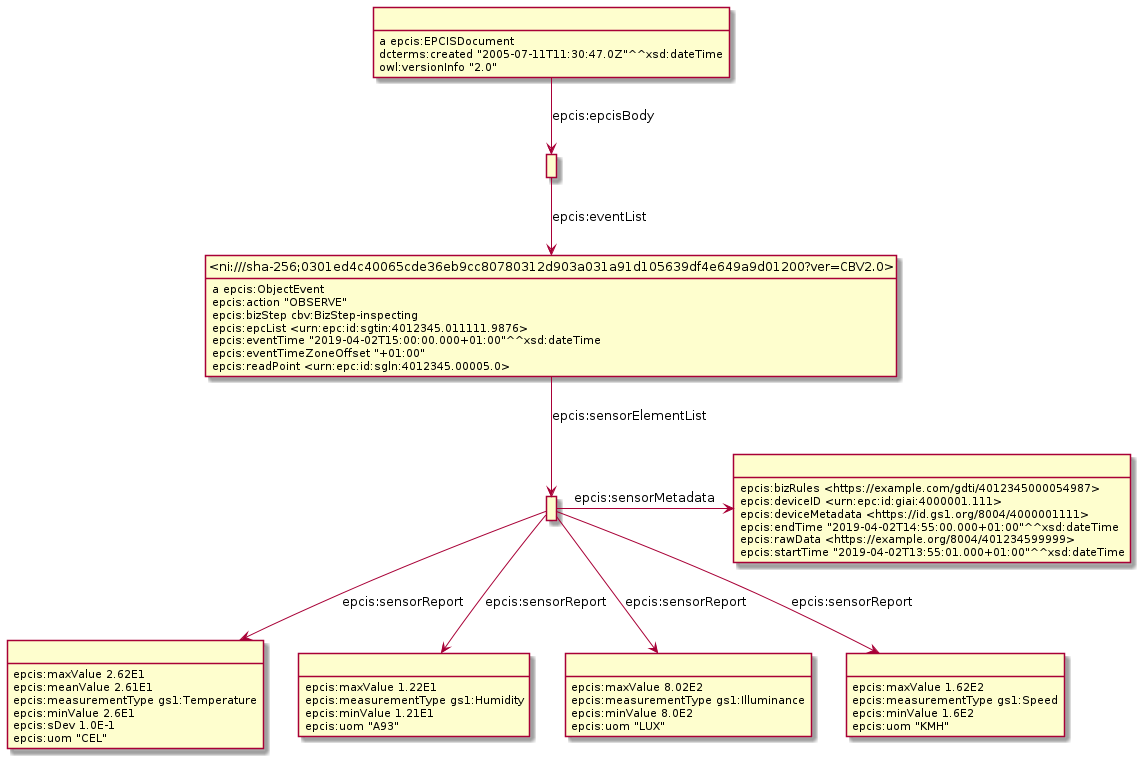
Before: Diagrams/WithSensorData/SensorDataExample2.png, a diagram exported from PlantUML (gs1/EPCIS).
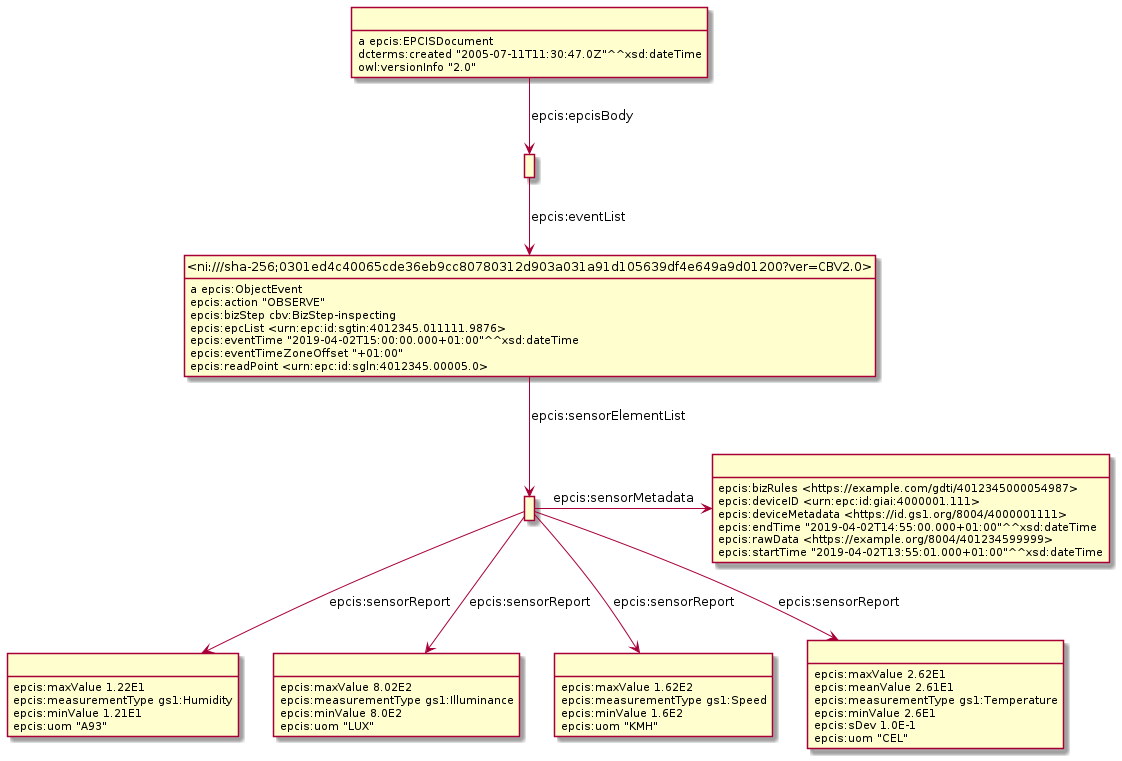
The same diagram one commit later.

Change to the diagram source:
```diff
@@ -3,55 +3,55 @@
 hide empty attributes
 hide circle
 skinparam classAttributeIconSize 0
-class _r1631887422r5_ as " "
-_r1631887422r5_ : epcis:maxValue 2.62E1
-_r1631887422r5_ : epcis:meanValue 2.61E1
-_r1631887422r5_ : epcis:measurementType gs1:Temperature
-_r1631887422r5_ : epcis:minValue 2.6E1
-_r1631887422r5_ : epcis:sDev 1.0E-1
-_r1631887422r5_ : epcis:uom "CEL"
-class _r1631887422r4_ as " "
-_r1631887422r4_ : epcis:maxValue 1.22E1
-_r1631887422r4_ : epcis:measurementType gs1:Humidity
-_r1631887422r4_ : epcis:minValue 1.21E1
-_r1631887422r4_ : epcis:uom "A93"
-class _r1631887422r1_ as " "
-_r1631887422r1_ : epcis:bizRules <https://example.com/gdti/4012345000054987>
-_r1631887422r1_ : epcis:deviceID <urn:epc:id:giai:4000001.111>
-_r1631887422r1_ : epcis:deviceMetadata <https://id.gs1.org/8004/4000001111>
-_r1631887422r1_ : epcis:endTime "2019-04-02T14:55:00.000+01:00"^^xsd:dateTime
-_r1631887422r1_ : epcis:rawData <https://example.org/8004/401234599999>
-_r1631887422r1_ : epcis:startTime "2019-04-02T13:55:01.000+01:00"^^xsd:dateTime
-class _r1631887422r2_ as " "
-_r1631887422r2_ : epcis:maxValue 8.02E2
-_r1631887422r2_ : epcis:measurementType gs1:Illuminance
-_r1631887422r2_ : epcis:minValue 8.0E2
-_r1631887422r2_ : epcis:uom "LUX"
-class _r1631887422r6_ as " "
-_r1631887422r6_ : a epcis:EPCISDocument
-class _r1631887422r7_ as " "
-_r1631887422r6_ -down-> _r1631887422r7_ : epcis:epcisBody
-_r1631887422r6_ : dcterms:created "2005-07-11T11:30:47.0Z"^^xsd:dateTime
-_r1631887422r6_ : owl:versionInfo "2.0"
+class _r1631889713r0_ as " "
+class _r1631889713r4_ as " "
+_r1631889713r0_ -down-> _r1631889713r4_ : epcis:sensorReport
+class _r1631889713r2_ as " "
+_r1631889713r0_ -down-> _r1631889713r2_ : epcis:sensorReport
+class _r1631889713r1_ as " "
+_r1631889713r0_ -right-> _r1631889713r1_ : epcis:sensorMetadata
+class _r1631889713r3_ as " "
+_r1631889713r0_ -down-> _r1631889713r3_ : epcis:sensorReport
+class _r1631889713r5_ as " "
+_r1631889713r0_ -down-> _r1631889713r5_ : epcis:sensorReport
+_r1631889713r2_ : epcis:maxValue 8.02E2
+_r1631889713r2_ : epcis:measurementType gs1:Illuminance
+_r1631889713r2_ : epcis:minValue 8.0E2
+_r1631889713r2_ : epcis:uom "LUX"
+class _r1631889713r6_ as " "
+_r1631889713r6_ : a epcis:EPCISDocument
+class _r1631889713r7_ as " "
+_r1631889713r6_ -down-> _r1631889713r7_ : epcis:epcisBody
+_r1631889713r6_ : dcterms:created "2005-07-11T11:30:47.0Z"^^xsd:dateTime
+_r1631889713r6_ : owl:versionInfo "2.0"
+_r1631889713r3_ : epcis:maxValue 1.62E2
+_r1631889713r3_ : epcis:measurementType gs1:Speed
+_r1631889713r3_ : epcis:minValue 1.6E2
+_r1631889713r3_ : epcis:uom "KMH"
+_r1631889713r1_ : epcis:bizRules <https://example.com/gdti/4012345000054987>
+_r1631889713r1_ : epcis:deviceID <urn:epc:id:giai:4000001.111>
+_r1631889713r1_ : epcis:deviceMetadata <https://id.gs1.org/8004/4000001111>
+_r1631889713r1_ : epcis:endTime "2019-04-02T14:55:00.000+01:00"^^xsd:dateTime
+_r1631889713r1_ : epcis:rawData <https://example.org/8004/401234599999>
+_r1631889713r1_ : epcis:startTime "2019-04-02T13:55:01.000+01:00"^^xsd:dateTime
+_r1631889713r5_ : epcis:maxValue 2.62E1
+_r1631889713r5_ : epcis:meanValue 2.61E1
+_r1631889713r5_ : epcis:measurementType gs1:Temperature
+_r1631889713r5_ : epcis:minValue 2.6E1
+_r1631889713r5_ : epcis:sDev 1.0E-1
+_r1631889713r5_ : epcis:uom "CEL"
+_r1631889713r4_ : epcis:maxValue 1.22E1
+_r1631889713r4_ : epcis:measurementType gs1:Humidity
+_r1631889713r4_ : epcis:minValue 1.21E1
+_r1631889713r4_ : epcis:uom "A93"
 class _ni_sha_256_0301ed4c40065cde36eb9cc80780312d903a031a91d105639df4e649a9d01200_ver_CBV2_0_ as "<ni:///sha-256;0301ed4c40065cde36eb9cc80780312d903a031a91d105639df4e649a9d01200?ver=CBV2.0>"
-_r1631887422r7_ -down-> _ni_sha_256_0301ed4c40065cde36eb9cc80780312d903a031a91d105639df4e649a9d01200_ver_CBV2_0_ : epcis:eventList
-class _r1631887422r0_ as " "
-_r1631887422r0_ -right-> _r1631887422r1_ : epcis:sensorMetadata
-class _r1631887422r3_ as " "
-_r1631887422r0_ -down-> _r1631887422r3_ : epcis:sensorReport
-_r1631887422r0_ -down-> _r1631887422r2_ : epcis:sensorReport
-_r1631887422r0_ -down-> _r1631887422r5_ : epcis:sensorReport
-_r1631887422r0_ -down-> _r1631887422r4_ : epcis:sensorReport
 _ni_sha_256_0301ed4c40065cde36eb9cc80780312d903a031a91d105639df4e649a9d01200_ver_CBV2_0_ : a epcis:ObjectEvent
-_ni_sha_256_0301ed4c40065cde36eb9cc80780312d903a031a91d105639df4e649a9d01200_ver_CBV2_0_ -down-> _r1631887422r0_ : epcis:sensorElementList
+_ni_sha_256_0301ed4c40065cde36eb9cc80780312d903a031a91d105639df4e649a9d01200_ver_CBV2_0_ -down-> _r1631889713r0_ : epcis:sensorElementList
 _ni_sha_256_0301ed4c40065cde36eb9cc80780312d903a031a91d105639df4e649a9d01200_ver_CBV2_0_ : epcis:action "OBSERVE"
 _ni_sha_256_0301ed4c40065cde36eb9cc80780312d903a031a91d105639df4e649a9d01200_ver_CBV2_0_ : epcis:bizStep cbv:BizStep-inspecting
 _ni_sha_256_0301ed4c40065cde36eb9cc80780312d903a031a91d105639df4e649a9d01200_ver_CBV2_0_ : epcis:epcList <urn:epc:id:sgtin:4012345.011111.9876>
 _ni_sha_256_0301ed4c40065cde36eb9cc80780312d903a031a91d105639df4e649a9d01200_ver_CBV2_0_ : epcis:eventTime "2019-04-02T15:00:00.000+01:00"^^xsd:dateTime
 _ni_sha_256_0301ed4c40065cde36eb9cc80780312d903a031a91d105639df4e649a9d01200_ver_CBV2_0_ : epcis:eventTimeZoneOffset "+01:00"
 _ni_sha_256_0301ed4c40065cde36eb9cc80780312d903a031a91d105639df4e649a9d01200_ver_CBV2_0_ : epcis:readPoint <urn:epc:id:sgln:4012345.00005.0>
-_r1631887422r3_ : epcis:maxValue 1.62E2
-_r1631887422r3_ : epcis:measurementType gs1:Speed
-_r1631887422r3_ : epcis:minValue 1.6E2
-_r1631887422r3_ : epcis:uom "KMH"
+_r1631889713r7_ -down-> _ni_sha_256_0301ed4c40065cde36eb9cc80780312d903a031a91d105639df4e649a9d01200_ver_CBV2_0_ : epcis:eventList
 @enduml
```
